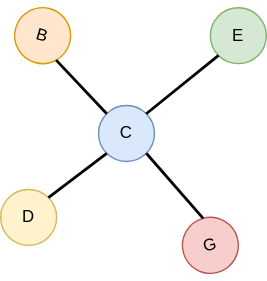
This is Multip.drawio.svg from jujubos/drawio, a draw.io export, as it was before one commit. Source tidied: cells renumbered, new cells last; positions are measured from the earlier drawing's top-left corner, leaving out a move shared by most shapes. Source of this version:
```xml
<mxGraphModel>
  <root>
    <mxCell id="0" />
    <mxCell id="1" parent="0" />
    <mxCell id="2" value="C" style="ellipse;whiteSpace=wrap;html=1;fillColor=#dae8fc;strokeColor=#6c8ebf;" parent="1" vertex="1">
      <mxGeometry x="70" y="70" width="40" height="40" as="geometry" />
    </mxCell>
    <mxCell id="3" value="E" style="ellipse;whiteSpace=wrap;html=1;fillColor=#d5e8d4;strokeColor=#82b366;" parent="1" vertex="1">
      <mxGeometry x="150" width="40" height="40" as="geometry" />
    </mxCell>
    <mxCell id="4" value="G" style="ellipse;whiteSpace=wrap;html=1;rotation=-15;fillColor=#f8cecc;strokeColor=#b85450;" parent="1" vertex="1">
      <mxGeometry x="130" y="150" width="40" height="40" as="geometry" />
    </mxCell>
    <mxCell id="5" value="D" style="ellipse;whiteSpace=wrap;html=1;fillColor=#fff2cc;strokeColor=#d6b656;" parent="1" vertex="1">
      <mxGeometry y="130" width="40" height="40" as="geometry" />
    </mxCell>
    <mxCell id="6" value="B" style="ellipse;whiteSpace=wrap;html=1;rotation=16;fillColor=#ffe6cc;strokeColor=#d79b00;" parent="1" vertex="1">
      <mxGeometry x="10" width="40" height="40" as="geometry" />
    </mxCell>
    <mxCell id="7" style="endArrow=none;html=1;rounded=0;entryX=0;entryY=1;entryDx=0;entryDy=0;exitX=1;exitY=0;exitDx=0;exitDy=0;strokeWidth=2;" parent="1" edge="1" source="2" target="3">
      <mxGeometry relative="1" as="geometry" />
    </mxCell>
    <mxCell id="8" style="endArrow=none;html=1;rounded=0;entryX=1;entryY=1;entryDx=0;entryDy=0;strokeWidth=2;exitX=0;exitY=0;exitDx=0;exitDy=0;" parent="1" edge="1" source="2" target="6">
      <mxGeometry relative="1" as="geometry" />
    </mxCell>
    <mxCell id="9" style="endArrow=none;html=1;rounded=0;entryX=1;entryY=0;entryDx=0;entryDy=0;exitX=0;exitY=1;exitDx=0;exitDy=0;strokeWidth=2;" parent="1" edge="1" source="2" target="5">
      <mxGeometry relative="1" as="geometry" />
    </mxCell>
    <mxCell id="10" style="endArrow=none;html=1;rounded=0;entryX=0.5;entryY=0;entryDx=0;entryDy=0;exitX=1;exitY=1;exitDx=0;exitDy=0;strokeWidth=2;" parent="1" edge="1" source="2" target="4">
      <mxGeometry relative="1" as="geometry" />
    </mxCell>
  </root>
</mxGraphModel>
```
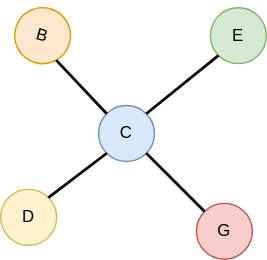
After the change.

Diff of the diagram source:
```diff
@@ -8,8 +8,8 @@
     <mxCell id="3" value="E" style="ellipse;whiteSpace=wrap;html=1;fillColor=#d5e8d4;strokeColor=#82b366;" parent="1" vertex="1">
       <mxGeometry x="150" width="40" height="40" as="geometry" />
     </mxCell>
-    <mxCell id="4" value="G" style="ellipse;whiteSpace=wrap;html=1;rotation=-15;fillColor=#f8cecc;strokeColor=#b85450;" parent="1" vertex="1">
-      <mxGeometry x="130" y="150" width="40" height="40" as="geometry" />
+    <mxCell id="4" value="G" style="ellipse;whiteSpace=wrap;html=1;rotation=0;fillColor=#f8cecc;strokeColor=#b85450;" parent="1" vertex="1">
+      <mxGeometry x="140" y="140" width="40" height="40" as="geometry" />
     </mxCell>
     <mxCell id="5" value="D" style="ellipse;whiteSpace=wrap;html=1;fillColor=#fff2cc;strokeColor=#d6b656;" parent="1" vertex="1">
       <mxGeometry y="130" width="40" height="40" as="geometry" />
@@ -26,7 +26,7 @@
     <mxCell id="9" style="endArrow=none;html=1;rounded=0;entryX=1;entryY=0;entryDx=0;entryDy=0;exitX=0;exitY=1;exitDx=0;exitDy=0;strokeWidth=2;" parent="1" edge="1" source="2" target="5">
       <mxGeometry relative="1" as="geometry" />
     </mxCell>
-    <mxCell id="10" style="endArrow=none;html=1;rounded=0;entryX=0.5;entryY=0;entryDx=0;entryDy=0;exitX=1;exitY=1;exitDx=0;exitDy=0;strokeWidth=2;" parent="1" edge="1" source="2" target="4">
+    <mxCell id="10" style="endArrow=none;html=1;rounded=0;entryX=0;entryY=0;entryDx=0;entryDy=0;exitX=1;exitY=1;exitDx=0;exitDy=0;strokeWidth=2;" parent="1" edge="1" source="2" target="4">
       <mxGeometry relative="1" as="geometry" />
     </mxCell>
   </root>
```
